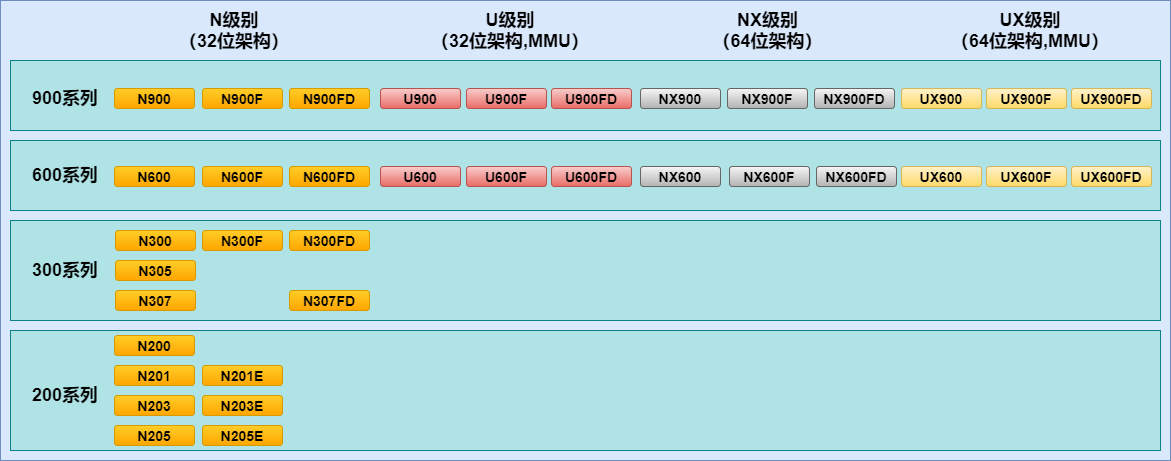
Above: source/asserts/images/qemu_nuclei_cpus_support.png in Nuclei-Software/nuclei-tool-guide (draw.io), before the change. Source tidied: cells renumbered, new cells last; positions are measured from the earlier drawing's top-left corner, leaving out a move shared by most shapes. The source it was exported from:
```xml
<mxGraphModel>
  <root>
    <mxCell id="0" />
    <mxCell id="1" parent="0" />
    <mxCell id="2" style="rounded=0;whiteSpace=wrap;html=1;fillColor=#dae8fc;strokeColor=#6c8ebf;" parent="1" vertex="1">
      <mxGeometry width="1170" height="460" as="geometry" />
    </mxCell>
    <mxCell id="3" style="rounded=0;whiteSpace=wrap;html=1;fillColor=#b0e3e6;strokeColor=#0e8088;" parent="1" vertex="1">
      <mxGeometry x="10" y="60" width="1150" height="70" as="geometry" />
    </mxCell>
    <mxCell id="4" style="rounded=0;whiteSpace=wrap;html=1;fillColor=#b0e3e6;strokeColor=#0e8088;" parent="1" vertex="1">
      <mxGeometry x="10" y="140" width="1150" height="70" as="geometry" />
    </mxCell>
    <mxCell id="5" style="rounded=0;whiteSpace=wrap;html=1;fillColor=#b0e3e6;strokeColor=#0e8088;" parent="1" vertex="1">
      <mxGeometry x="10" y="220" width="1150" height="100" as="geometry" />
    </mxCell>
    <mxCell id="6" style="rounded=0;whiteSpace=wrap;html=1;fillColor=#b0e3e6;strokeColor=#0e8088;" parent="1" vertex="1">
      <mxGeometry x="10" y="330" width="1150" height="120" as="geometry" />
    </mxCell>
    <mxCell id="7" value="900系列" style="text;html=1;strokeColor=none;fillColor=none;align=center;verticalAlign=middle;whiteSpace=wrap;rounded=0;fontStyle=1;fontSize=18;" parent="1" vertex="1">
      <mxGeometry x="30" y="88" width="70" height="20" as="geometry" />
    </mxCell>
    <mxCell id="8" value="600系列" style="text;html=1;strokeColor=none;fillColor=none;align=center;verticalAlign=middle;whiteSpace=wrap;rounded=0;fontStyle=1;fontSize=18;" parent="1" vertex="1">
      <mxGeometry x="30" y="165" width="70" height="20" as="geometry" />
    </mxCell>
    <mxCell id="9" value="300系列" style="text;html=1;strokeColor=none;fillColor=none;align=center;verticalAlign=middle;whiteSpace=wrap;rounded=0;fontStyle=1;fontSize=18;" parent="1" vertex="1">
      <mxGeometry x="30" y="260" width="70" height="20" as="geometry" />
    </mxCell>
    <mxCell id="10" value="200系列" style="text;html=1;strokeColor=none;fillColor=none;align=center;verticalAlign=middle;whiteSpace=wrap;rounded=0;fontStyle=1;fontSize=18;" parent="1" vertex="1">
      <mxGeometry x="30" y="385" width="70" height="20" as="geometry" />
    </mxCell>
    <mxCell id="11" value="N级别&lt;br style=&quot;font-size: 18px;&quot;&gt;（32位架构）" style="text;html=1;strokeColor=none;fillColor=none;align=center;verticalAlign=middle;whiteSpace=wrap;rounded=0;fontStyle=1;fontSize=18;" parent="1" vertex="1">
      <mxGeometry x="170" y="20" width="128" height="20" as="geometry" />
    </mxCell>
    <mxCell id="12" value="NX级别&lt;br style=&quot;font-size: 18px;&quot;&gt;（64位架构）" style="text;html=1;strokeColor=none;fillColor=none;align=center;verticalAlign=middle;whiteSpace=wrap;rounded=0;fontStyle=1;fontSize=18;" parent="1" vertex="1">
      <mxGeometry x="702.5" y="20" width="129" height="20" as="geometry" />
    </mxCell>
    <mxCell id="13" value="UX级别&lt;br style=&quot;font-size: 18px;&quot;&gt;（64位架构,MMU）" style="text;html=1;strokeColor=none;fillColor=none;align=center;verticalAlign=middle;whiteSpace=wrap;rounded=0;fontStyle=1;fontSize=18;" parent="1" vertex="1">
      <mxGeometry x="940" y="20" width="180" height="20" as="geometry" />
    </mxCell>
    <mxCell id="14" value="U级别&lt;br style=&quot;font-size: 18px;&quot;&gt;（32位架构,MMU）" style="text;html=1;strokeColor=none;fillColor=none;align=center;verticalAlign=middle;whiteSpace=wrap;rounded=0;fontStyle=1;fontSize=18;" parent="1" vertex="1">
      <mxGeometry x="420" y="20" width="180" height="20" as="geometry" />
    </mxCell>
    <mxCell id="15" value="N200" style="rounded=1;whiteSpace=wrap;html=1;fontSize=14;fontStyle=1;gradientColor=#ffa500;fillColor=#ffcd28;strokeColor=#d79b00;" parent="1" vertex="1">
      <mxGeometry x="114" y="335" width="80" height="20" as="geometry" />
    </mxCell>
    <mxCell id="16" value="N201" style="rounded=1;whiteSpace=wrap;html=1;fontSize=14;fontStyle=1;gradientColor=#ffa500;fillColor=#ffcd28;strokeColor=#d79b00;" parent="1" vertex="1">
      <mxGeometry x="114" y="365" width="80" height="20" as="geometry" />
    </mxCell>
    <mxCell id="17" value="N201E" style="rounded=1;whiteSpace=wrap;html=1;fontSize=14;fontStyle=1;gradientColor=#ffa500;fillColor=#ffcd28;strokeColor=#d79b00;" parent="1" vertex="1">
      <mxGeometry x="202" y="365" width="80" height="20" as="geometry" />
    </mxCell>
    <mxCell id="18" value="N203" style="rounded=1;whiteSpace=wrap;html=1;fontSize=14;fontStyle=1;gradientColor=#ffa500;fillColor=#ffcd28;strokeColor=#d79b00;" parent="1" vertex="1">
      <mxGeometry x="114" y="395" width="80" height="20" as="geometry" />
    </mxCell>
    <mxCell id="19" value="N203E" style="rounded=1;whiteSpace=wrap;html=1;fontSize=14;fontStyle=1;gradientColor=#ffa500;fillColor=#ffcd28;strokeColor=#d79b00;" parent="1" vertex="1">
      <mxGeometry x="202" y="395" width="80" height="20" as="geometry" />
    </mxCell>
    <mxCell id="20" value="N205" style="rounded=1;whiteSpace=wrap;html=1;fontSize=14;fontStyle=1;gradientColor=#ffa500;fillColor=#ffcd28;strokeColor=#d79b00;" parent="1" vertex="1">
      <mxGeometry x="114" y="425" width="80" height="20" as="geometry" />
    </mxCell>
    <mxCell id="21" value="N205E" style="rounded=1;whiteSpace=wrap;html=1;fontSize=14;fontStyle=1;gradientColor=#ffa500;fillColor=#ffcd28;strokeColor=#d79b00;" parent="1" vertex="1">
      <mxGeometry x="202" y="425" width="80" height="20" as="geometry" />
    </mxCell>
    <mxCell id="22" value="N300FD" style="rounded=1;whiteSpace=wrap;html=1;fontSize=14;fontStyle=1;gradientColor=#ffa500;fillColor=#ffcd28;strokeColor=#d79b00;" parent="1" vertex="1">
      <mxGeometry x="289" y="230" width="80" height="20" as="geometry" />
    </mxCell>
    <mxCell id="23" value="N307FD" style="rounded=1;whiteSpace=wrap;html=1;fontSize=14;fontStyle=1;gradientColor=#ffa500;fillColor=#ffcd28;strokeColor=#d79b00;" parent="1" vertex="1">
      <mxGeometry x="289" y="290" width="80" height="20" as="geometry" />
    </mxCell>
    <mxCell id="24" value="N600FD" style="rounded=1;whiteSpace=wrap;html=1;fontSize=14;fontStyle=1;gradientColor=#ffa500;fillColor=#ffcd28;strokeColor=#d79b00;" parent="1" vertex="1">
      <mxGeometry x="289" y="166" width="80" height="20" as="geometry" />
    </mxCell>
    <mxCell id="25" value="N900FD" style="rounded=1;whiteSpace=wrap;html=1;fontSize=14;fontStyle=1;gradientColor=#ffa500;fillColor=#ffcd28;strokeColor=#d79b00;" parent="1" vertex="1">
      <mxGeometry x="289" y="88" width="80" height="20" as="geometry" />
    </mxCell>
    <mxCell id="26" value="U600" style="rounded=1;whiteSpace=wrap;html=1;fontSize=14;fontStyle=1;gradientColor=#ea6b66;fillColor=#f8cecc;strokeColor=#b85450;" parent="1" vertex="1">
      <mxGeometry x="380" y="166" width="80" height="20" as="geometry" />
    </mxCell>
    <mxCell id="27" value="U600F" style="rounded=1;whiteSpace=wrap;html=1;fontSize=14;fontStyle=1;gradientColor=#ea6b66;fillColor=#f8cecc;strokeColor=#b85450;" parent="1" vertex="1">
      <mxGeometry x="466" y="166" width="80" height="20" as="geometry" />
    </mxCell>
    <mxCell id="28" value="U600FD" style="rounded=1;whiteSpace=wrap;html=1;fontSize=14;fontStyle=1;gradientColor=#ea6b66;fillColor=#f8cecc;strokeColor=#b85450;" parent="1" vertex="1">
      <mxGeometry x="551" y="166" width="80" height="20" as="geometry" />
    </mxCell>
    <mxCell id="29" value="NX600" style="rounded=1;whiteSpace=wrap;html=1;fontSize=14;fontStyle=1;gradientColor=#b3b3b3;fillColor=#f5f5f5;strokeColor=#666666;" parent="1" vertex="1">
      <mxGeometry x="640" y="166" width="80" height="20" as="geometry" />
    </mxCell>
    <mxCell id="30" value="NX600F" style="rounded=1;whiteSpace=wrap;html=1;fontSize=14;fontStyle=1;gradientColor=#b3b3b3;fillColor=#f5f5f5;strokeColor=#666666;" parent="1" vertex="1">
      <mxGeometry x="729" y="166" width="80" height="20" as="geometry" />
    </mxCell>
    <mxCell id="31" value="NX600FD" style="rounded=1;whiteSpace=wrap;html=1;fontSize=14;fontStyle=1;gradientColor=#b3b3b3;fillColor=#f5f5f5;strokeColor=#666666;" parent="1" vertex="1">
      <mxGeometry x="816" y="166" width="80" height="20" as="geometry" />
    </mxCell>
    <mxCell id="32" value="UX600" style="rounded=1;whiteSpace=wrap;html=1;fontSize=14;fontStyle=1;gradientColor=#ffd966;fillColor=#fff2cc;strokeColor=#d6b656;" parent="1" vertex="1">
      <mxGeometry x="901" y="166" width="80" height="20" as="geometry" />
    </mxCell>
    <mxCell id="33" value="UX600F" style="rounded=1;whiteSpace=wrap;html=1;fontSize=14;fontStyle=1;gradientColor=#ffd966;fillColor=#fff2cc;strokeColor=#d6b656;" parent="1" vertex="1">
      <mxGeometry x="986" y="166" width="80" height="20" as="geometry" />
    </mxCell>
    <mxCell id="34" value="UX600FD" style="rounded=1;whiteSpace=wrap;html=1;fontSize=14;fontStyle=1;gradientColor=#ffd966;fillColor=#fff2cc;strokeColor=#d6b656;" parent="1" vertex="1">
      <mxGeometry x="1071" y="166" width="80" height="20" as="geometry" />
    </mxCell>
    <mxCell id="35" value="UX900" style="rounded=1;whiteSpace=wrap;html=1;fontSize=14;fontStyle=1;gradientColor=#ffd966;fillColor=#fff2cc;strokeColor=#d6b656;" parent="1" vertex="1">
      <mxGeometry x="901" y="88" width="80" height="20" as="geometry" />
    </mxCell>
    <mxCell id="36" value="UX900F" style="rounded=1;whiteSpace=wrap;html=1;fontSize=14;fontStyle=1;gradientColor=#ffd966;fillColor=#fff2cc;strokeColor=#d6b656;" parent="1" vertex="1">
      <mxGeometry x="986" y="88" width="80" height="20" as="geometry" />
    </mxCell>
    <mxCell id="37" value="UX900FD" style="rounded=1;whiteSpace=wrap;html=1;fontSize=14;fontStyle=1;gradientColor=#ffd966;fillColor=#fff2cc;strokeColor=#d6b656;" parent="1" vertex="1">
      <mxGeometry x="1071" y="88" width="80" height="20" as="geometry" />
    </mxCell>
    <mxCell id="38" value="N307" style="rounded=1;whiteSpace=wrap;html=1;fontSize=14;fontStyle=1;gradientColor=#ffa500;fillColor=#ffcd28;strokeColor=#d79b00;" parent="1" vertex="1">
      <mxGeometry x="115" y="290" width="80" height="20" as="geometry" />
    </mxCell>
    <mxCell id="39" value="N305" style="rounded=1;whiteSpace=wrap;html=1;fontSize=14;fontStyle=1;gradientColor=#ffa500;fillColor=#ffcd28;strokeColor=#d79b00;" parent="1" vertex="1">
      <mxGeometry x="115" y="260" width="80" height="20" as="geometry" />
    </mxCell>
    <mxCell id="40" value="N300" style="rounded=1;whiteSpace=wrap;html=1;fontSize=14;fontStyle=1;gradientColor=#ffa500;fillColor=#ffcd28;strokeColor=#d79b00;" parent="1" vertex="1">
      <mxGeometry x="115" y="230" width="80" height="20" as="geometry" />
    </mxCell>
    <mxCell id="41" value="N600" style="rounded=1;whiteSpace=wrap;html=1;fontSize=14;fontStyle=1;gradientColor=#ffa500;fillColor=#ffcd28;strokeColor=#d79b00;" parent="1" vertex="1">
      <mxGeometry x="114" y="166" width="80" height="20" as="geometry" />
    </mxCell>
    <mxCell id="42" value="N900" style="rounded=1;whiteSpace=wrap;html=1;fontSize=14;fontStyle=1;gradientColor=#ffa500;fillColor=#ffcd28;strokeColor=#d79b00;" parent="1" vertex="1">
      <mxGeometry x="114" y="88" width="80" height="20" as="geometry" />
    </mxCell>
    <mxCell id="43" value="N900F" style="rounded=1;whiteSpace=wrap;html=1;fontSize=14;fontStyle=1;gradientColor=#ffa500;fillColor=#ffcd28;strokeColor=#d79b00;" parent="1" vertex="1">
      <mxGeometry x="202" y="88" width="80" height="20" as="geometry" />
    </mxCell>
    <mxCell id="44" value="N600F" style="rounded=1;whiteSpace=wrap;html=1;fontSize=14;fontStyle=1;gradientColor=#ffa500;fillColor=#ffcd28;strokeColor=#d79b00;" parent="1" vertex="1">
      <mxGeometry x="202" y="166" width="80" height="20" as="geometry" />
    </mxCell>
    <mxCell id="45" value="N300F" style="rounded=1;whiteSpace=wrap;html=1;fontSize=14;fontStyle=1;gradientColor=#ffa500;fillColor=#ffcd28;strokeColor=#d79b00;" parent="1" vertex="1">
      <mxGeometry x="202" y="230" width="80" height="20" as="geometry" />
    </mxCell>
    <mxCell id="46" value="U900" style="rounded=1;whiteSpace=wrap;html=1;fontSize=14;fontStyle=1;gradientColor=#ea6b66;fillColor=#f8cecc;strokeColor=#b85450;" parent="1" vertex="1">
      <mxGeometry x="380" y="88" width="80" height="20" as="geometry" />
    </mxCell>
    <mxCell id="47" value="U900F" style="rounded=1;whiteSpace=wrap;html=1;fontSize=14;fontStyle=1;gradientColor=#ea6b66;fillColor=#f8cecc;strokeColor=#b85450;" parent="1" vertex="1">
      <mxGeometry x="466" y="88" width="80" height="20" as="geometry" />
    </mxCell>
    <mxCell id="48" value="U900FD" style="rounded=1;whiteSpace=wrap;html=1;fontSize=14;fontStyle=1;gradientColor=#ea6b66;fillColor=#f8cecc;strokeColor=#b85450;" parent="1" vertex="1">
      <mxGeometry x="551" y="88" width="80" height="20" as="geometry" />
    </mxCell>
    <mxCell id="49" value="NX900" style="rounded=1;whiteSpace=wrap;html=1;fontSize=14;fontStyle=1;gradientColor=#b3b3b3;fillColor=#f5f5f5;strokeColor=#666666;" parent="1" vertex="1">
      <mxGeometry x="640" y="88" width="80" height="20" as="geometry" />
    </mxCell>
    <mxCell id="50" value="NX900F" style="rounded=1;whiteSpace=wrap;html=1;fontSize=14;fontStyle=1;gradientColor=#b3b3b3;fillColor=#f5f5f5;strokeColor=#666666;" parent="1" vertex="1">
      <mxGeometry x="727" y="88" width="80" height="20" as="geometry" />
    </mxCell>
    <mxCell id="51" value="NX900FD" style="rounded=1;whiteSpace=wrap;html=1;fontSize=14;fontStyle=1;gradientColor=#b3b3b3;fillColor=#f5f5f5;strokeColor=#666666;" parent="1" vertex="1">
      <mxGeometry x="814" y="88" width="80" height="20" as="geometry" />
    </mxCell>
  </root>
</mxGraphModel>
```
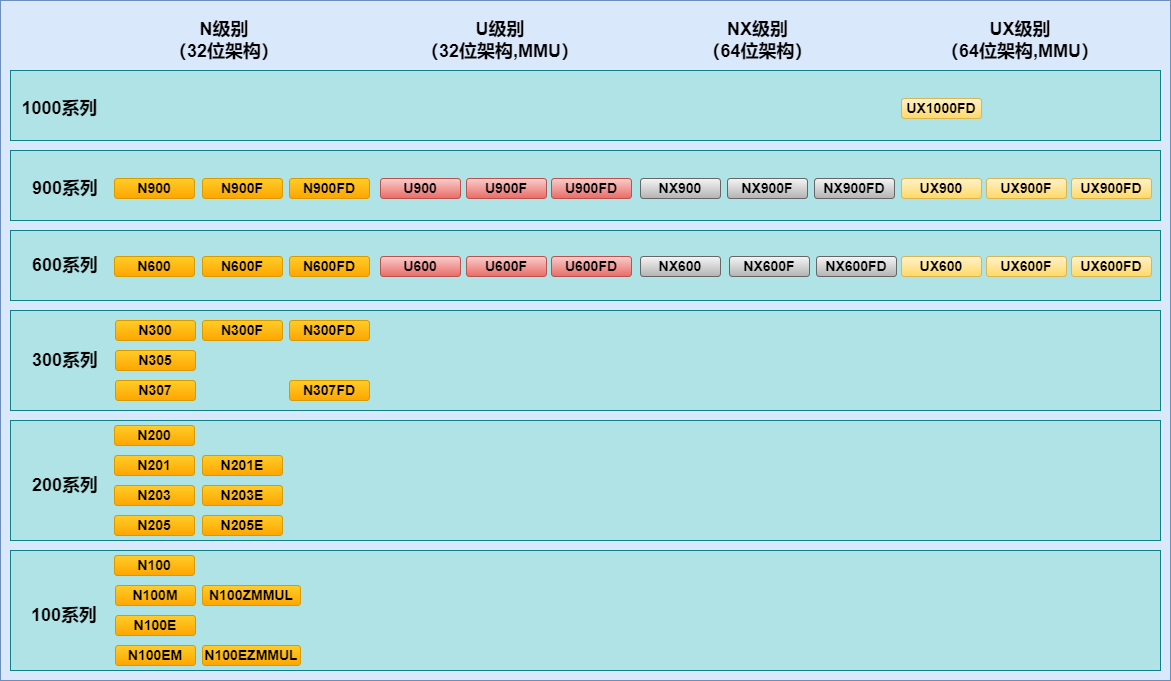
The same diagram one commit later.

The edit, as a diff of the source:
```diff
@@ -3,7 +3,7 @@
     <mxCell id="0" />
     <mxCell id="1" parent="0" />
     <mxCell id="2" style="rounded=0;whiteSpace=wrap;html=1;fillColor=#dae8fc;strokeColor=#6c8ebf;" parent="1" vertex="1">
-      <mxGeometry width="1170" height="460" as="geometry" />
+      <mxGeometry y="-90" width="1170" height="680" as="geometry" />
     </mxCell>
     <mxCell id="3" style="rounded=0;whiteSpace=wrap;html=1;fillColor=#b0e3e6;strokeColor=#0e8088;" parent="1" vertex="1">
       <mxGeometry x="10" y="60" width="1150" height="70" as="geometry" />
@@ -30,16 +30,16 @@
       <mxGeometry x="30" y="385" width="70" height="20" as="geometry" />
     </mxCell>
     <mxCell id="11" value="N级别&lt;br style=&quot;font-size: 18px;&quot;&gt;（32位架构）" style="text;html=1;strokeColor=none;fillColor=none;align=center;verticalAlign=middle;whiteSpace=wrap;rounded=0;fontStyle=1;fontSize=18;" parent="1" vertex="1">
-      <mxGeometry x="170" y="20" width="128" height="20" as="geometry" />
+      <mxGeometry x="160" y="-60" width="128" height="20" as="geometry" />
     </mxCell>
     <mxCell id="12" value="NX级别&lt;br style=&quot;font-size: 18px;&quot;&gt;（64位架构）" style="text;html=1;strokeColor=none;fillColor=none;align=center;verticalAlign=middle;whiteSpace=wrap;rounded=0;fontStyle=1;fontSize=18;" parent="1" vertex="1">
-      <mxGeometry x="702.5" y="20" width="129" height="20" as="geometry" />
+      <mxGeometry x="692.5" y="-60" width="129" height="20" as="geometry" />
     </mxCell>
     <mxCell id="13" value="UX级别&lt;br style=&quot;font-size: 18px;&quot;&gt;（64位架构,MMU）" style="text;html=1;strokeColor=none;fillColor=none;align=center;verticalAlign=middle;whiteSpace=wrap;rounded=0;fontStyle=1;fontSize=18;" parent="1" vertex="1">
-      <mxGeometry x="940" y="20" width="180" height="20" as="geometry" />
+      <mxGeometry x="930" y="-60" width="180" height="20" as="geometry" />
     </mxCell>
     <mxCell id="14" value="U级别&lt;br style=&quot;font-size: 18px;&quot;&gt;（32位架构,MMU）" style="text;html=1;strokeColor=none;fillColor=none;align=center;verticalAlign=middle;whiteSpace=wrap;rounded=0;fontStyle=1;fontSize=18;" parent="1" vertex="1">
-      <mxGeometry x="420" y="20" width="180" height="20" as="geometry" />
+      <mxGeometry x="410" y="-60" width="180" height="20" as="geometry" />
     </mxCell>
     <mxCell id="15" value="N200" style="rounded=1;whiteSpace=wrap;html=1;fontSize=14;fontStyle=1;gradientColor=#ffa500;fillColor=#ffcd28;strokeColor=#d79b00;" parent="1" vertex="1">
       <mxGeometry x="114" y="335" width="80" height="20" as="geometry" />
@@ -152,5 +152,38 @@
     <mxCell id="51" value="NX900FD" style="rounded=1;whiteSpace=wrap;html=1;fontSize=14;fontStyle=1;gradientColor=#b3b3b3;fillColor=#f5f5f5;strokeColor=#666666;" parent="1" vertex="1">
       <mxGeometry x="814" y="88" width="80" height="20" as="geometry" />
     </mxCell>
+    <mxCell id="52" style="rounded=0;whiteSpace=wrap;html=1;fillColor=#b0e3e6;strokeColor=#0e8088;" parent="1" vertex="1">
+      <mxGeometry x="10" y="460" width="1150" height="120" as="geometry" />
+    </mxCell>
+    <mxCell id="53" value="100系列" style="text;html=1;strokeColor=none;fillColor=none;align=center;verticalAlign=middle;whiteSpace=wrap;rounded=0;fontStyle=1;fontSize=18;" parent="1" vertex="1">
+      <mxGeometry x="29" y="515" width="70" height="20" as="geometry" />
+    </mxCell>
+    <mxCell id="54" value="N100" style="rounded=1;whiteSpace=wrap;html=1;fontSize=14;fontStyle=1;gradientColor=#ffa500;fillColor=#ffcd28;strokeColor=#d79b00;" parent="1" vertex="1">
+      <mxGeometry x="114" y="465" width="80" height="20" as="geometry" />
+    </mxCell>
+    <mxCell id="55" value="N100E" style="rounded=1;whiteSpace=wrap;html=1;fontSize=14;fontStyle=1;gradientColor=#ffa500;fillColor=#ffcd28;strokeColor=#d79b00;" parent="1" vertex="1">
+      <mxGeometry x="115" y="525" width="80" height="20" as="geometry" />
+    </mxCell>
+    <mxCell id="56" value="N100EM" style="rounded=1;whiteSpace=wrap;html=1;fontSize=14;fontStyle=1;gradientColor=#ffa500;fillColor=#ffcd28;strokeColor=#d79b00;" parent="1" vertex="1">
+      <mxGeometry x="115" y="555" width="80" height="20" as="geometry" />
+    </mxCell>
+    <mxCell id="57" value="N100EZMMUL" style="rounded=1;whiteSpace=wrap;html=1;fontSize=14;fontStyle=1;gradientColor=#ffa500;fillColor=#ffcd28;strokeColor=#d79b00;" parent="1" vertex="1">
+      <mxGeometry x="202" y="555" width="98" height="20" as="geometry" />
+    </mxCell>
+    <mxCell id="58" style="rounded=0;whiteSpace=wrap;html=1;fillColor=#b0e3e6;strokeColor=#0e8088;" parent="1" vertex="1">
+      <mxGeometry x="10" y="-20" width="1150" height="70" as="geometry" />
+    </mxCell>
+    <mxCell id="59" value="1000系列" style="text;html=1;strokeColor=none;fillColor=none;align=center;verticalAlign=middle;whiteSpace=wrap;rounded=0;fontStyle=1;fontSize=18;" parent="1" vertex="1">
+      <mxGeometry x="20" y="8" width="79" height="20" as="geometry" />
+    </mxCell>
+    <mxCell id="60" value="UX1000FD" style="rounded=1;whiteSpace=wrap;html=1;fontSize=14;fontStyle=1;gradientColor=#ffd966;fillColor=#fff2cc;strokeColor=#d6b656;" parent="1" vertex="1">
+      <mxGeometry x="901" y="8" width="80" height="20" as="geometry" />
+    </mxCell>
+    <mxCell id="61" value="N100ZMMUL" style="rounded=1;whiteSpace=wrap;html=1;fontSize=14;fontStyle=1;gradientColor=#ffa500;fillColor=#ffcd28;strokeColor=#d79b00;" parent="1" vertex="1">
+      <mxGeometry x="202" y="495" width="98" height="20" as="geometry" />
+    </mxCell>
+    <mxCell id="62" value="N100M" style="rounded=1;whiteSpace=wrap;html=1;fontSize=14;fontStyle=1;gradientColor=#ffa500;fillColor=#ffcd28;strokeColor=#d79b00;" parent="1" vertex="1">
+      <mxGeometry x="115" y="495" width="80" height="20" as="geometry" />
+    </mxCell>
   </root>
 </mxGraphModel>
```
